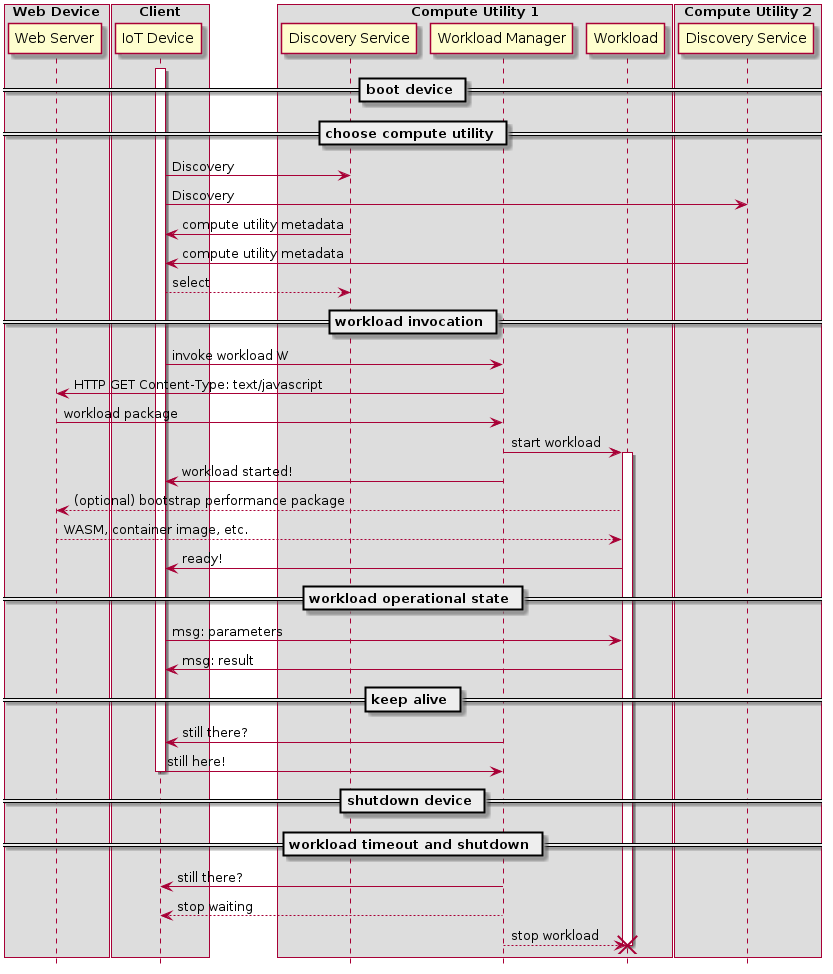
This is images/DWflow_IoT.png from w3c/edge-computing-web-exploration, a PlantUML export, as it was before one commit. Its source is kept beside it as images/DWflow_IoT.puml. Its diagram source:
```plantuml
@startuml
hide footbox

box "Web Device"
participant "Web Server" as WS
end box

box "Client"
participant "IoT Device" as D
end box

box "Compute Utility 1"
participant "Discovery Service" as DS
participant "Workload Manager" as WM
participant "Workload" as W
end box

box "Compute Utility 2"
participant "Discovery Service" as DS2
end box

== boot device ==

activate D

== choose compute utility ==

D  -> DS: Discovery
D  -> DS2: Discovery
DS  -> D: compute utility metadata
DS2 -> D: compute utility metadata
D  --> DS: select

== workload invocation ==

D  -> WM: invoke workload W
WM  -> WS: HTTP GET Content-Type: text/javascript
WS  -> WM: workload package
WM  -> W: start workload
activate W
WM -> D: workload started!
W  --> WS: (optional) bootstrap performance package
WS --> W: WASM, container image, etc.
W  -> D: ready!

== workload operational state ==

D -> W: msg: parameters
W -> D: msg: result

== keep alive ==

WM -> D: still there?
D -> WM: still here!

== shutdown device ==

deactivate D

== workload timeout and shutdown ==
WM -> D: still there?
WM --> D: stop waiting
WM --> W: stop workload
destroy W

@enduml
```
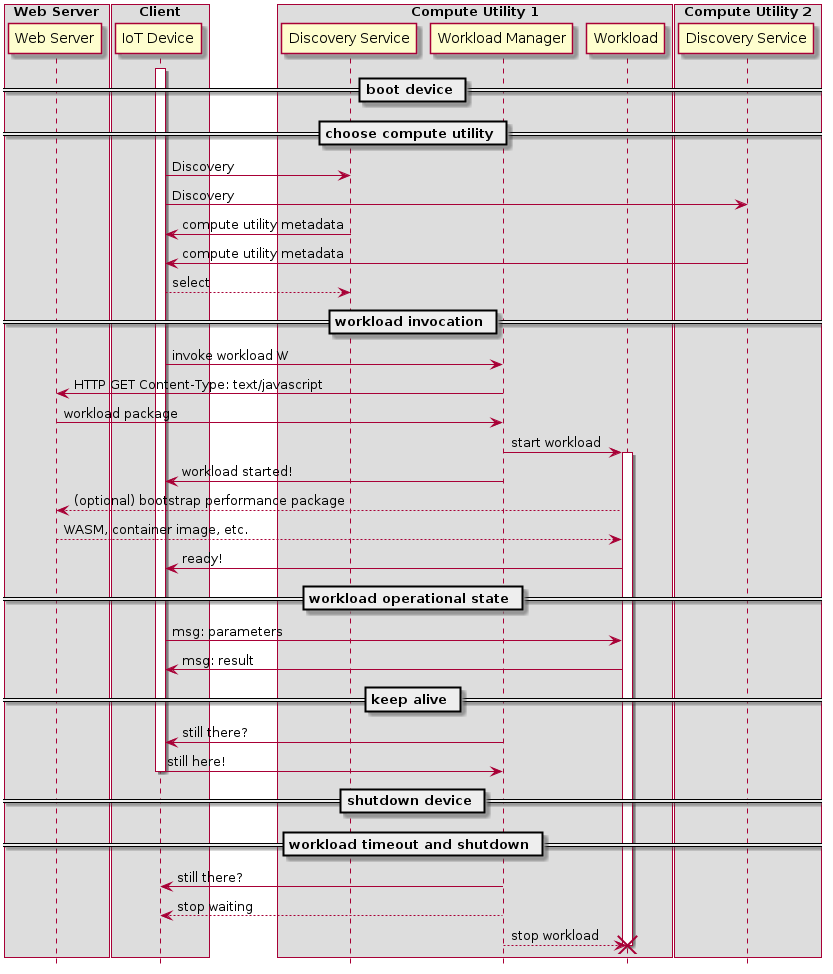
After the change.

The edit, as a diff of the source:
```diff
@@ -1,7 +1,7 @@
 @startuml
 hide footbox
 
-box "Web Device"
+box "Web Server"
 participant "Web Server" as WS
 end box
 
```
